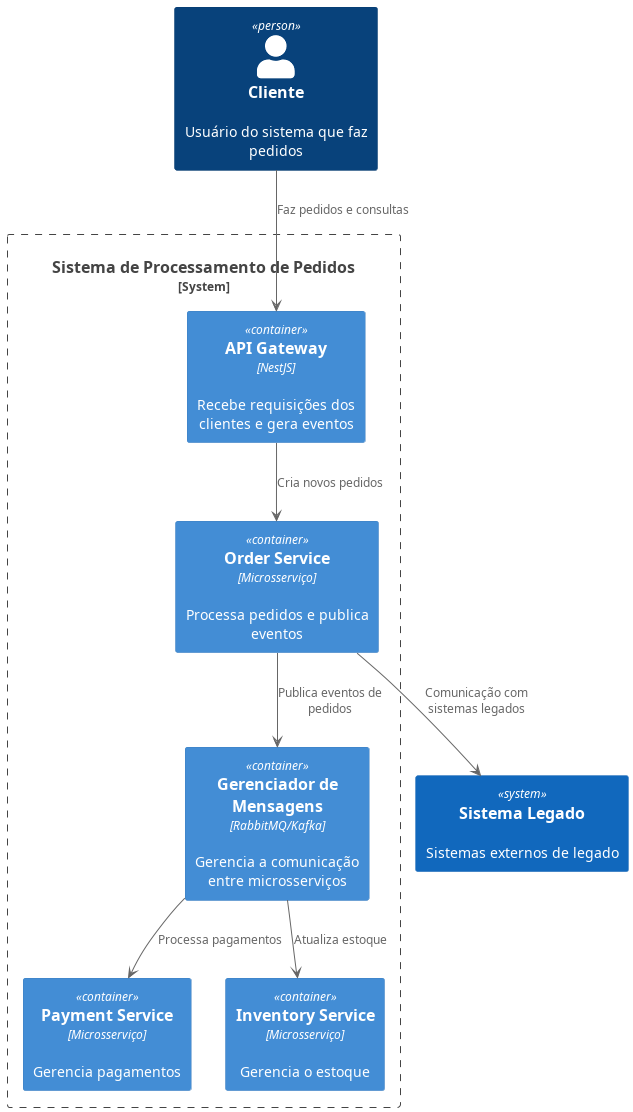
Above: assets/diagrams/out/n1-context/Context.png in jnerydesigner/Bemol (PlantUML), before the change.
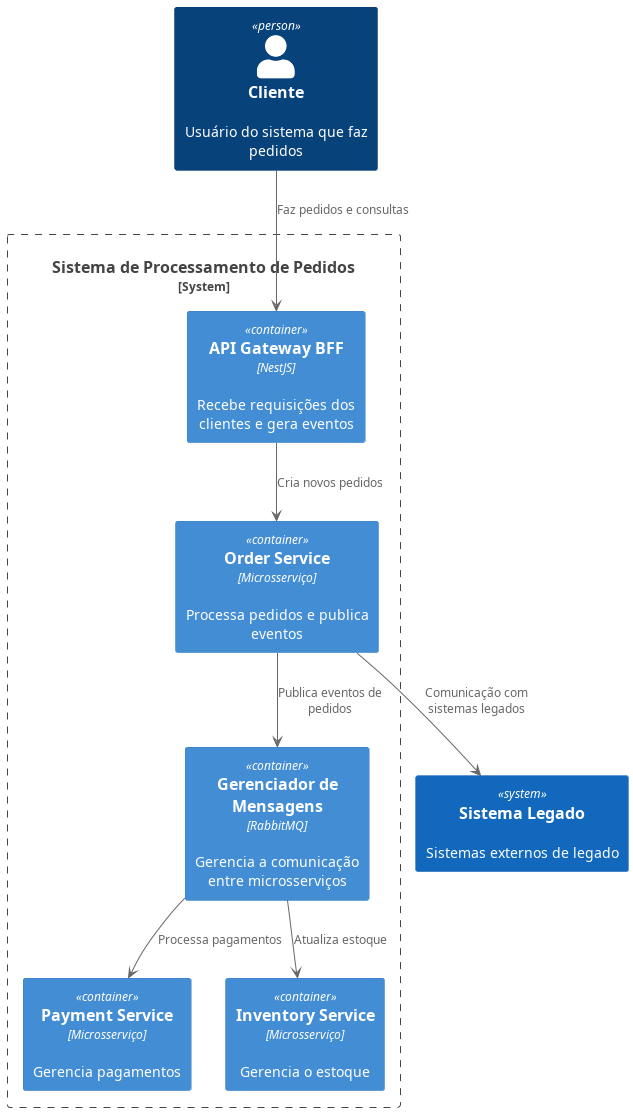
Later version of the same file.

Change to the diagram source:
```diff
@@ -6,9 +6,9 @@
 System(legacySystem, "Sistema Legado", "Sistemas externos de legado")
 
 System_Boundary(spp_boundary, "Sistema de Processamento de Pedidos") {
-  Container(apiGateway, "API Gateway", "NestJS", "Recebe requisições dos clientes e gera eventos")
+  Container(apiGateway, "API Gateway BFF", "NestJS", "Recebe requisições dos clientes e gera eventos")
   Container(orderService, "Order Service", "Microsserviço", "Processa pedidos e publica eventos")
-  Container(messageBroker, "Gerenciador de Mensagens", "RabbitMQ/Kafka", "Gerencia a comunicação entre microsserviços")
+  Container(messageBroker, "Gerenciador de Mensagens", "RabbitMQ", "Gerencia a comunicação entre microsserviços")
   Container(paymentService, "Payment Service", "Microsserviço", "Gerencia pagamentos")
   Container(inventoryService, "Inventory Service", "Microsserviço", "Gerencia o estoque")
 }
```
